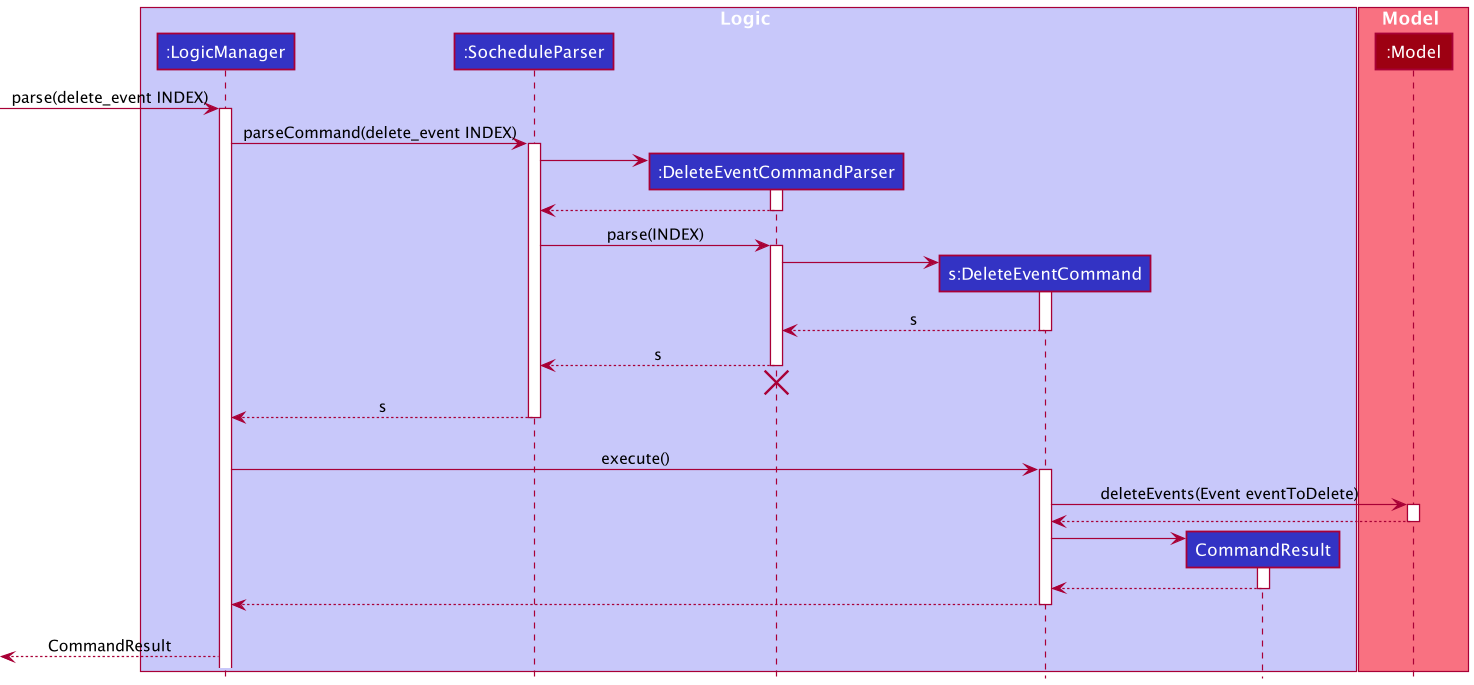
Earlier version of the PlantUML export docs/images/DeleteEventCommandSequenceDiagram.png (nus-cs2103-AY2021S2/tp). Source of this version:
```plantuml
@startuml
!include style.puml

box Logic LOGIC_COLOR_T1
participant ":LogicManager" as LogicManager LOGIC_COLOR
participant ":SocheduleParser" as SocheduleParser LOGIC_COLOR
participant ":DeleteEventCommandParser" as DeleteEventCommandParser LOGIC_COLOR
participant "s:DeleteEventCommand" as DeleteEventCommand LOGIC_COLOR
participant "CommandResult" as CommandResult LOGIC_COLOR
end box

box Model MODEL_COLOR_T1
participant ":Model" as Model MODEL_COLOR
end box

[-> LogicManager : parse(delete_event INDEX)
activate LogicManager

LogicManager -> SocheduleParser : parseCommand(delete_event INDEX)
activate SocheduleParser

create DeleteEventCommandParser
SocheduleParser -> DeleteEventCommandParser
activate DeleteEventCommandParser

DeleteEventCommandParser --> SocheduleParser
deactivate DeleteEventCommandParser

SocheduleParser -> DeleteEventCommandParser: parse(INDEX)
activate DeleteEventCommandParser

create DeleteEventCommand
DeleteEventCommandParser -> DeleteEventCommand
activate DeleteEventCommand
DeleteEventCommandParser <--DeleteEventCommand : s
deactivate DeleteEventCommand

SocheduleParser <--DeleteEventCommandParser : s
deactivate DeleteEventCommandParser
DeleteEventCommandParser -[hidden]->[
destroy DeleteEventCommandParser

LogicManager <-- SocheduleParser : s
deactivate SocheduleParser
SocheduleParser -[hidden]->[

LogicManager -> DeleteEventCommand : execute()
activate DeleteEventCommand

DeleteEventCommand -> Model : deleteEvents(Event eventToDelete)
activate Model
DeleteEventCommand <-- Model
deactivate Model

create CommandResult
DeleteEventCommand -> CommandResult
activate CommandResult
DeleteEventCommand <-- CommandResult
deactivate CommandResult

LogicManager <-- DeleteEventCommand
deactivate DeleteEventCommand
DeleteEventCommand -[hidden]->[

[<-- LogicManager : CommandResult
@enduml
```
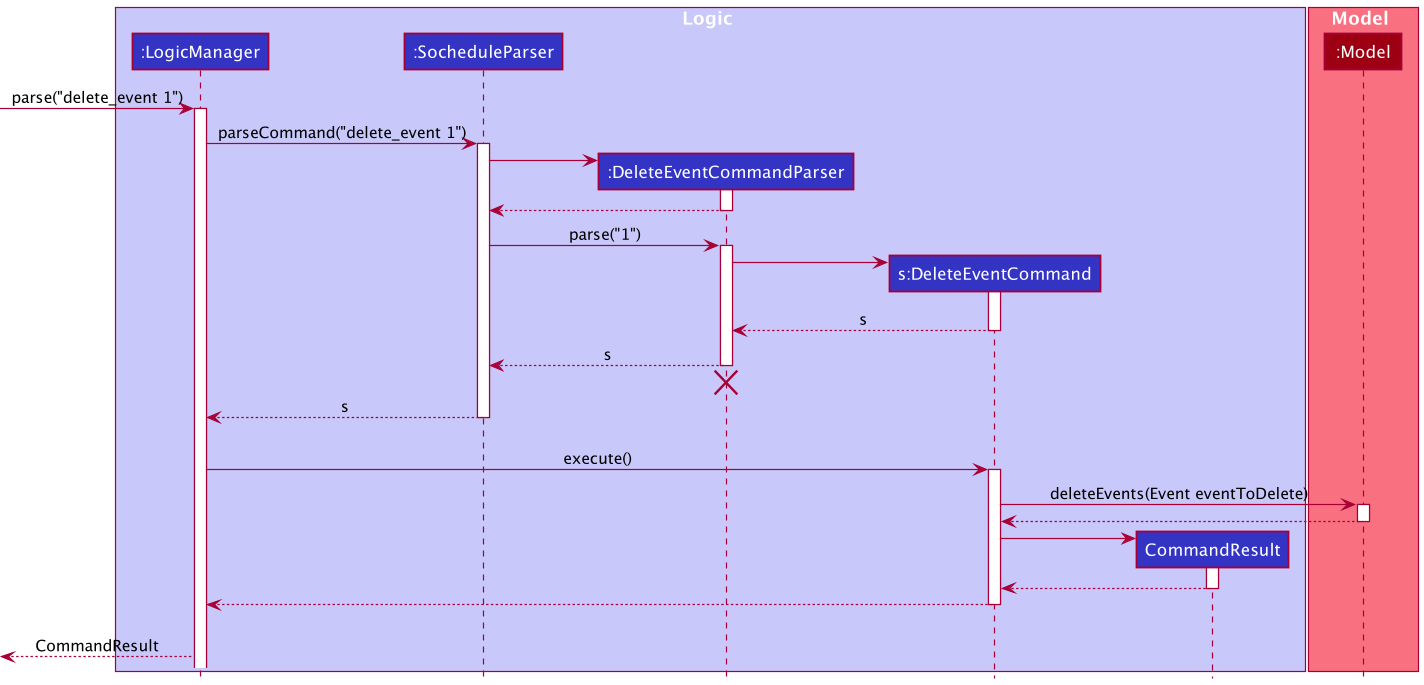
Later version of the same file.

What changed in the source:
```diff
@@ -13,10 +13,10 @@
 participant ":Model" as Model MODEL_COLOR
 end box
 
-[-> LogicManager : parse(delete_event INDEX)
+[-> LogicManager : parse("delete_event 1")
 activate LogicManager
 
-LogicManager -> SocheduleParser : parseCommand(delete_event INDEX)
+LogicManager -> SocheduleParser : parseCommand("delete_event 1")
 activate SocheduleParser
 
 create DeleteEventCommandParser
@@ -26,7 +26,7 @@
 DeleteEventCommandParser --> SocheduleParser
 deactivate DeleteEventCommandParser
 
-SocheduleParser -> DeleteEventCommandParser: parse(INDEX)
+SocheduleParser -> DeleteEventCommandParser: parse("1")
 activate DeleteEventCommandParser
 
 create DeleteEventCommand
```
